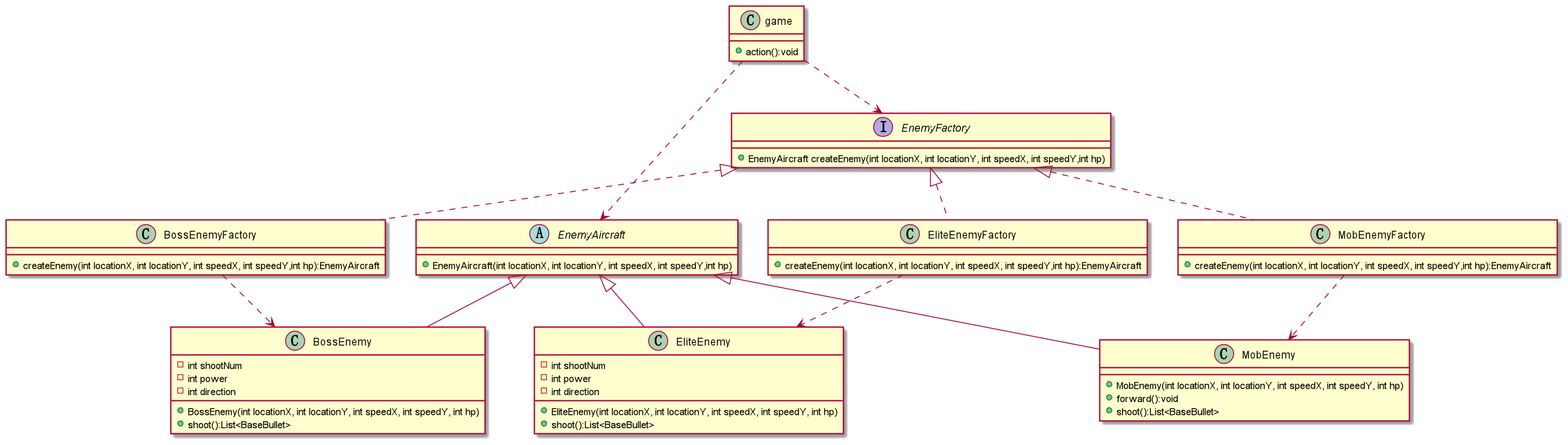
This is uml/EnemyFactory.png from Lai-JX/java_lab, a PlantUML export, as it was before one commit.
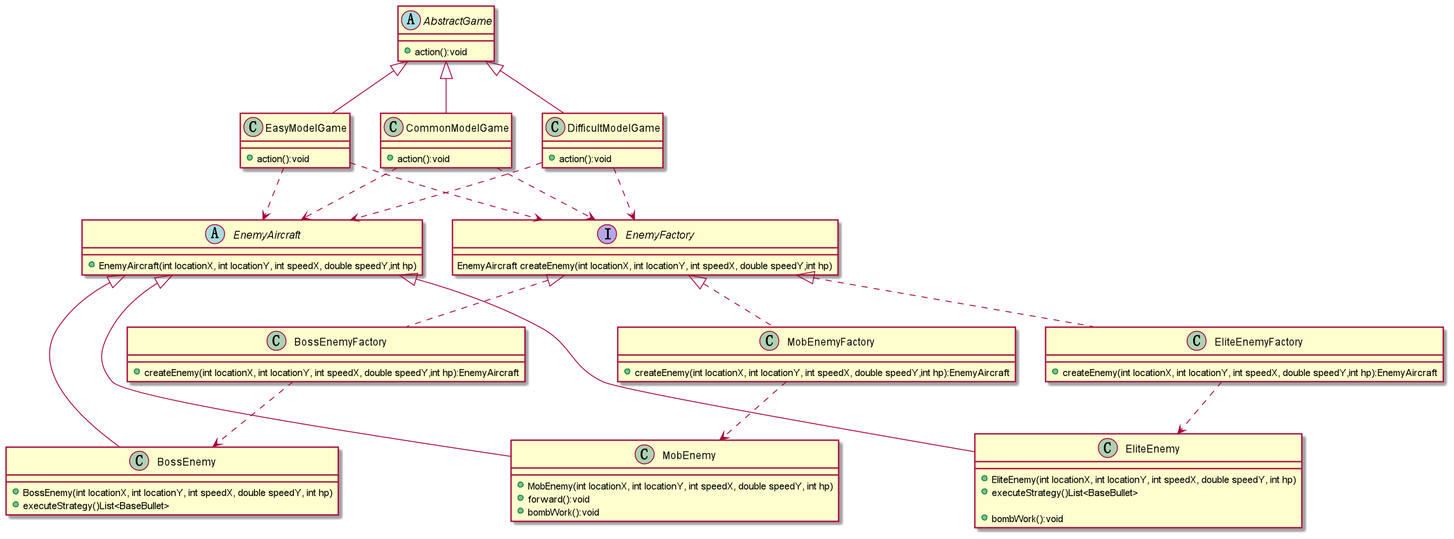
After the change.

The edit, as a diff of the source:
```diff
@@ -1,69 +1,87 @@
 @startuml
 
 
-class game
+abstract class AbstractGame
 {
     + action():void
 
 }
+class EasyModelGame
+{
+    + action():void
+}
+class CommonModelGame
+{
+    + action():void
+}
+class DifficultModelGame
+{
+    + action():void
+}
+
+
 
 
 
 abstract class EnemyAircraft
 {
-    + EnemyAircraft(int locationX, int locationY, int speedX, int speedY,int hp)
+    + EnemyAircraft(int locationX, int locationY, int speedX, double speedY,int hp)
 }
 interface EnemyFactory
 {
-    + EnemyAircraft createEnemy(int locationX, int locationY, int speedX, int speedY,int hp)
+    EnemyAircraft createEnemy(int locationX, int locationY, int speedX, double speedY,int hp)
 }
 class BossEnemyFactory
 {
-    + createEnemy(int locationX, int locationY, int speedX, int speedY,int hp):EnemyAircraft
+    + createEnemy(int locationX, int locationY, int speedX, double speedY,int hp):EnemyAircraft
 }
 class EliteEnemyFactory
 {
-    + createEnemy(int locationX, int locationY, int speedX, int speedY,int hp):EnemyAircraft
+    + createEnemy(int locationX, int locationY, int speedX, double speedY,int hp):EnemyAircraft
 }
 class MobEnemyFactory
 {
-    + createEnemy(int locationX, int locationY, int speedX, int speedY,int hp):EnemyAircraft
+    + createEnemy(int locationX, int locationY, int speedX, double speedY,int hp):EnemyAircraft
 }
 
 
 class BossEnemy {
-    - int shootNum
-    - int power
-    - int direction
-    + BossEnemy(int locationX, int locationY, int speedX, int speedY, int hp)
-    + shoot():List<BaseBullet>
+    + BossEnemy(int locationX, int locationY, int speedX, double speedY, int hp)
+    + executeStrategy()List<BaseBullet>
 }
 
 class EliteEnemy {
-    - int shootNum
-    - int power
-    - int direction
-    + EliteEnemy(int locationX, int locationY, int speedX, int speedY, int hp)
-    + shoot():List<BaseBullet>
+    + EliteEnemy(int locationX, int locationY, int speedX, double speedY, int hp)
+    + executeStrategy()List<BaseBullet>
+
+    + bombWork():void
 }
 
 class MobEnemy {
-    + MobEnemy(int locationX, int locationY, int speedX, int speedY, int hp)
+    + MobEnemy(int locationX, int locationY, int speedX, double speedY, int hp)
     + forward():void
-    + shoot():List<BaseBullet>
+    + bombWork():void
 }
 
-game..>EnemyFactory
-game..>EnemyAircraft
+AbstractGame<|--EasyModelGame
+AbstractGame<|--CommonModelGame
+AbstractGame<|-- DifficultModelGame
+EasyModelGame..>EnemyFactory
+EasyModelGame..>EnemyAircraft
+CommonModelGame..>EnemyFactory
+CommonModelGame..>EnemyAircraft
+DifficultModelGame..>EnemyFactory
+DifficultModelGame..>EnemyAircraft
 
+EnemyFactory<|..BossEnemyFactory
+EnemyFactory<|..EliteEnemyFactory
+EnemyFactory<|..MobEnemyFactory
 
 EnemyAircraft<|--BossEnemy
 EnemyAircraft<|--EliteEnemy
 EnemyAircraft<|--MobEnemy
 
-EnemyFactory<|..BossEnemyFactory
-EnemyFactory<|..EliteEnemyFactory
-EnemyFactory<|..MobEnemyFactory
+
 
 BossEnemyFactory..>BossEnemy
 EliteEnemyFactory..>EliteEnemy
```
